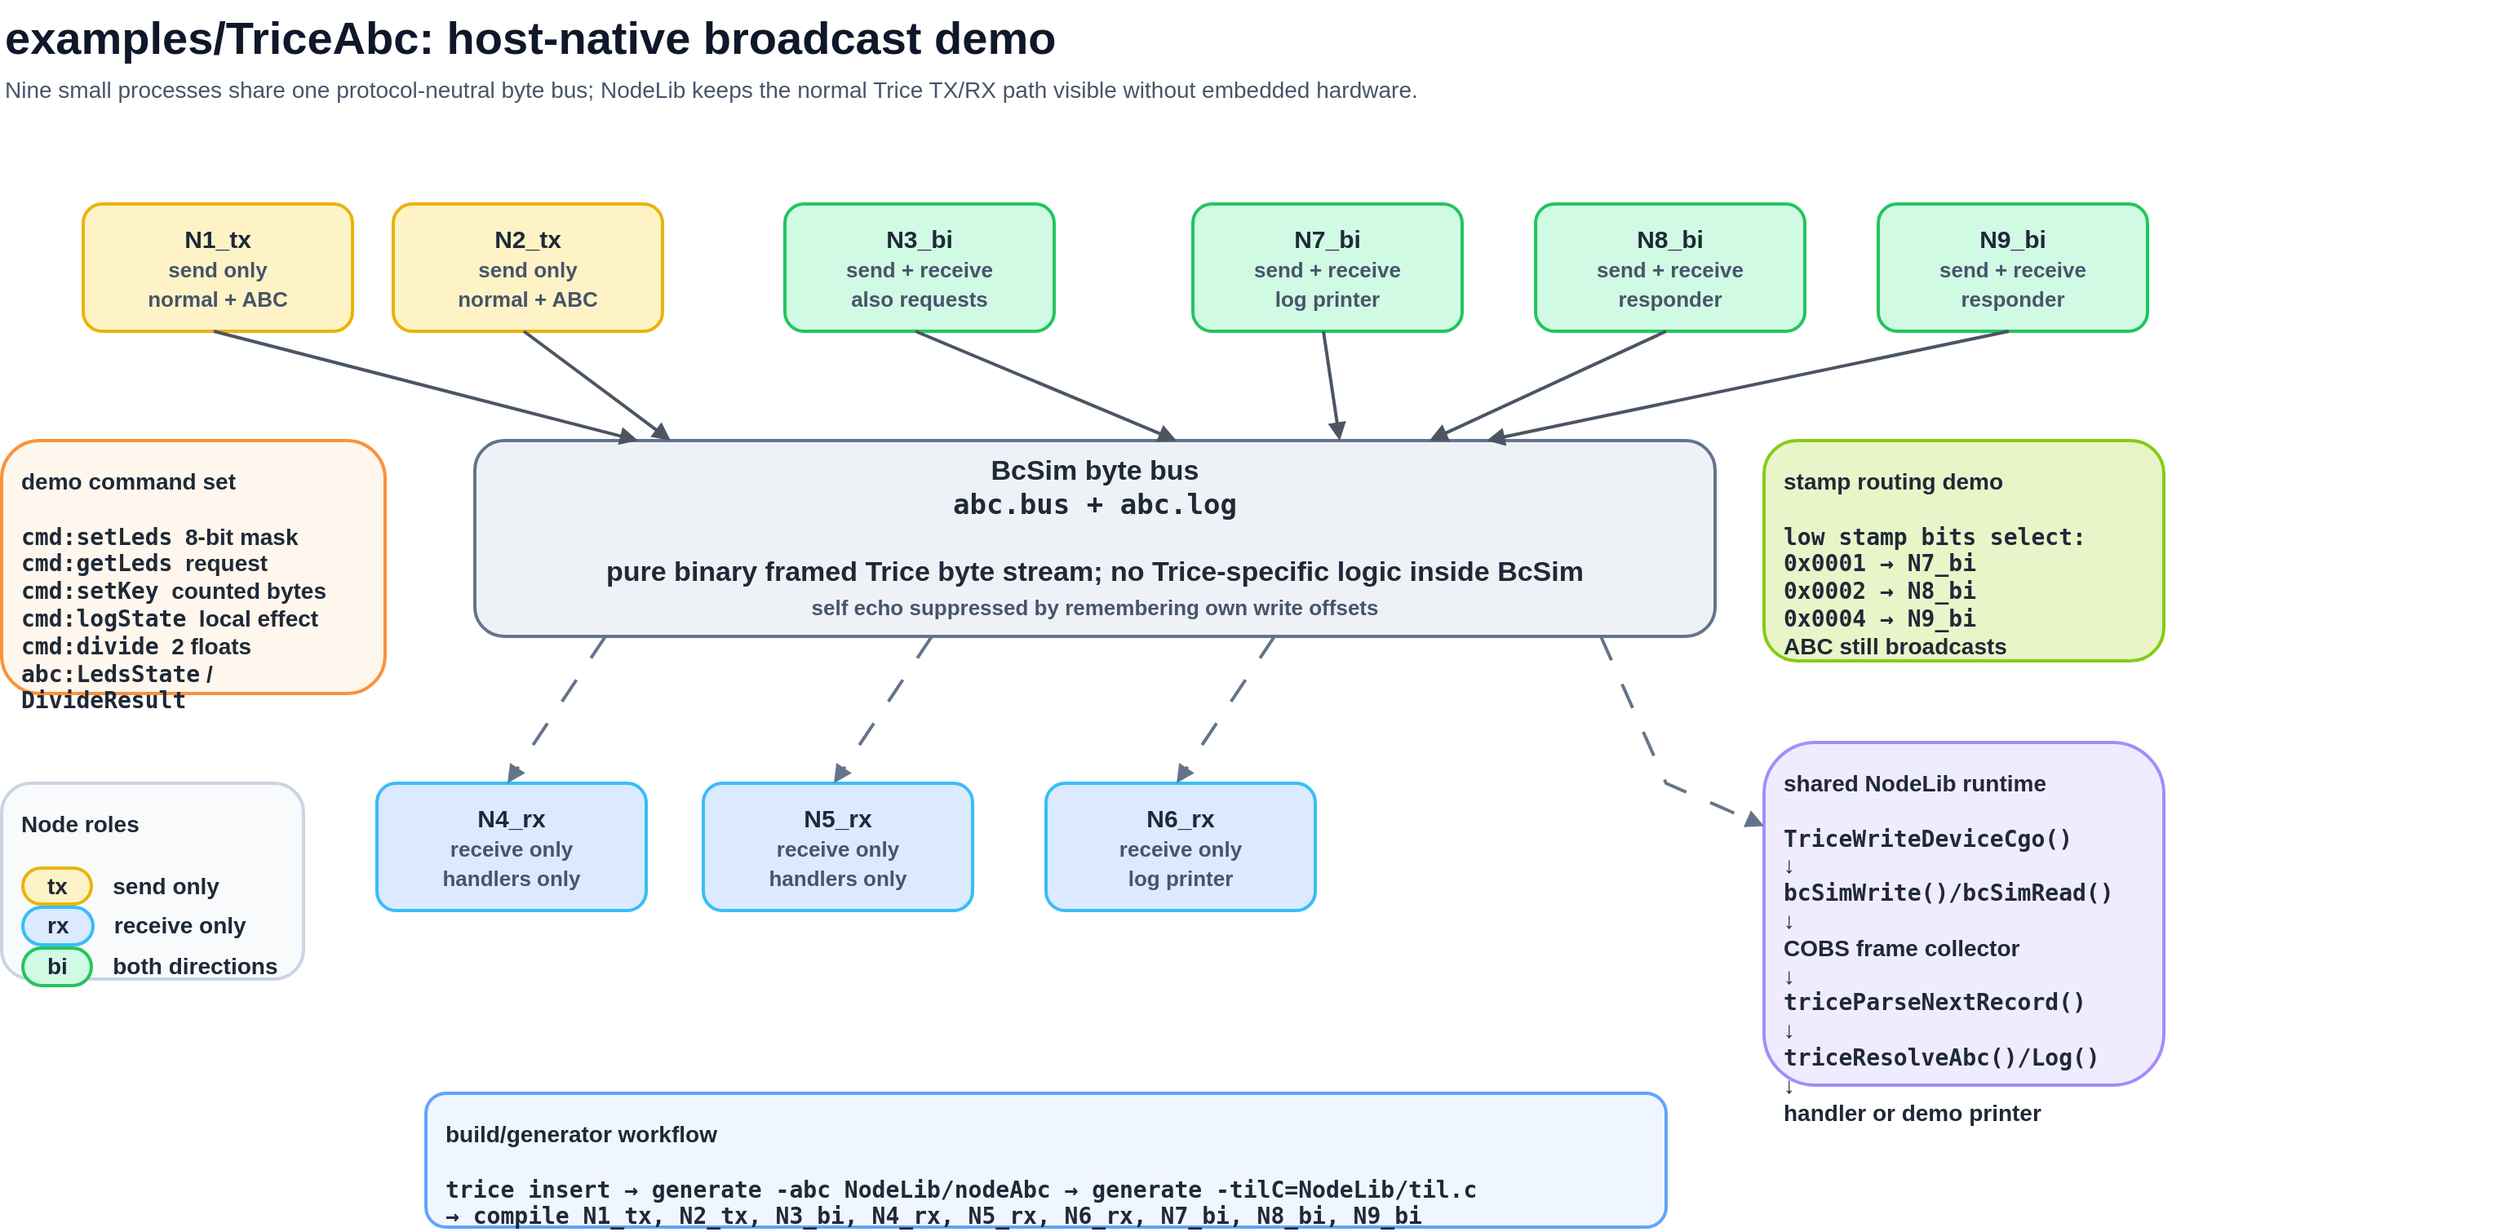
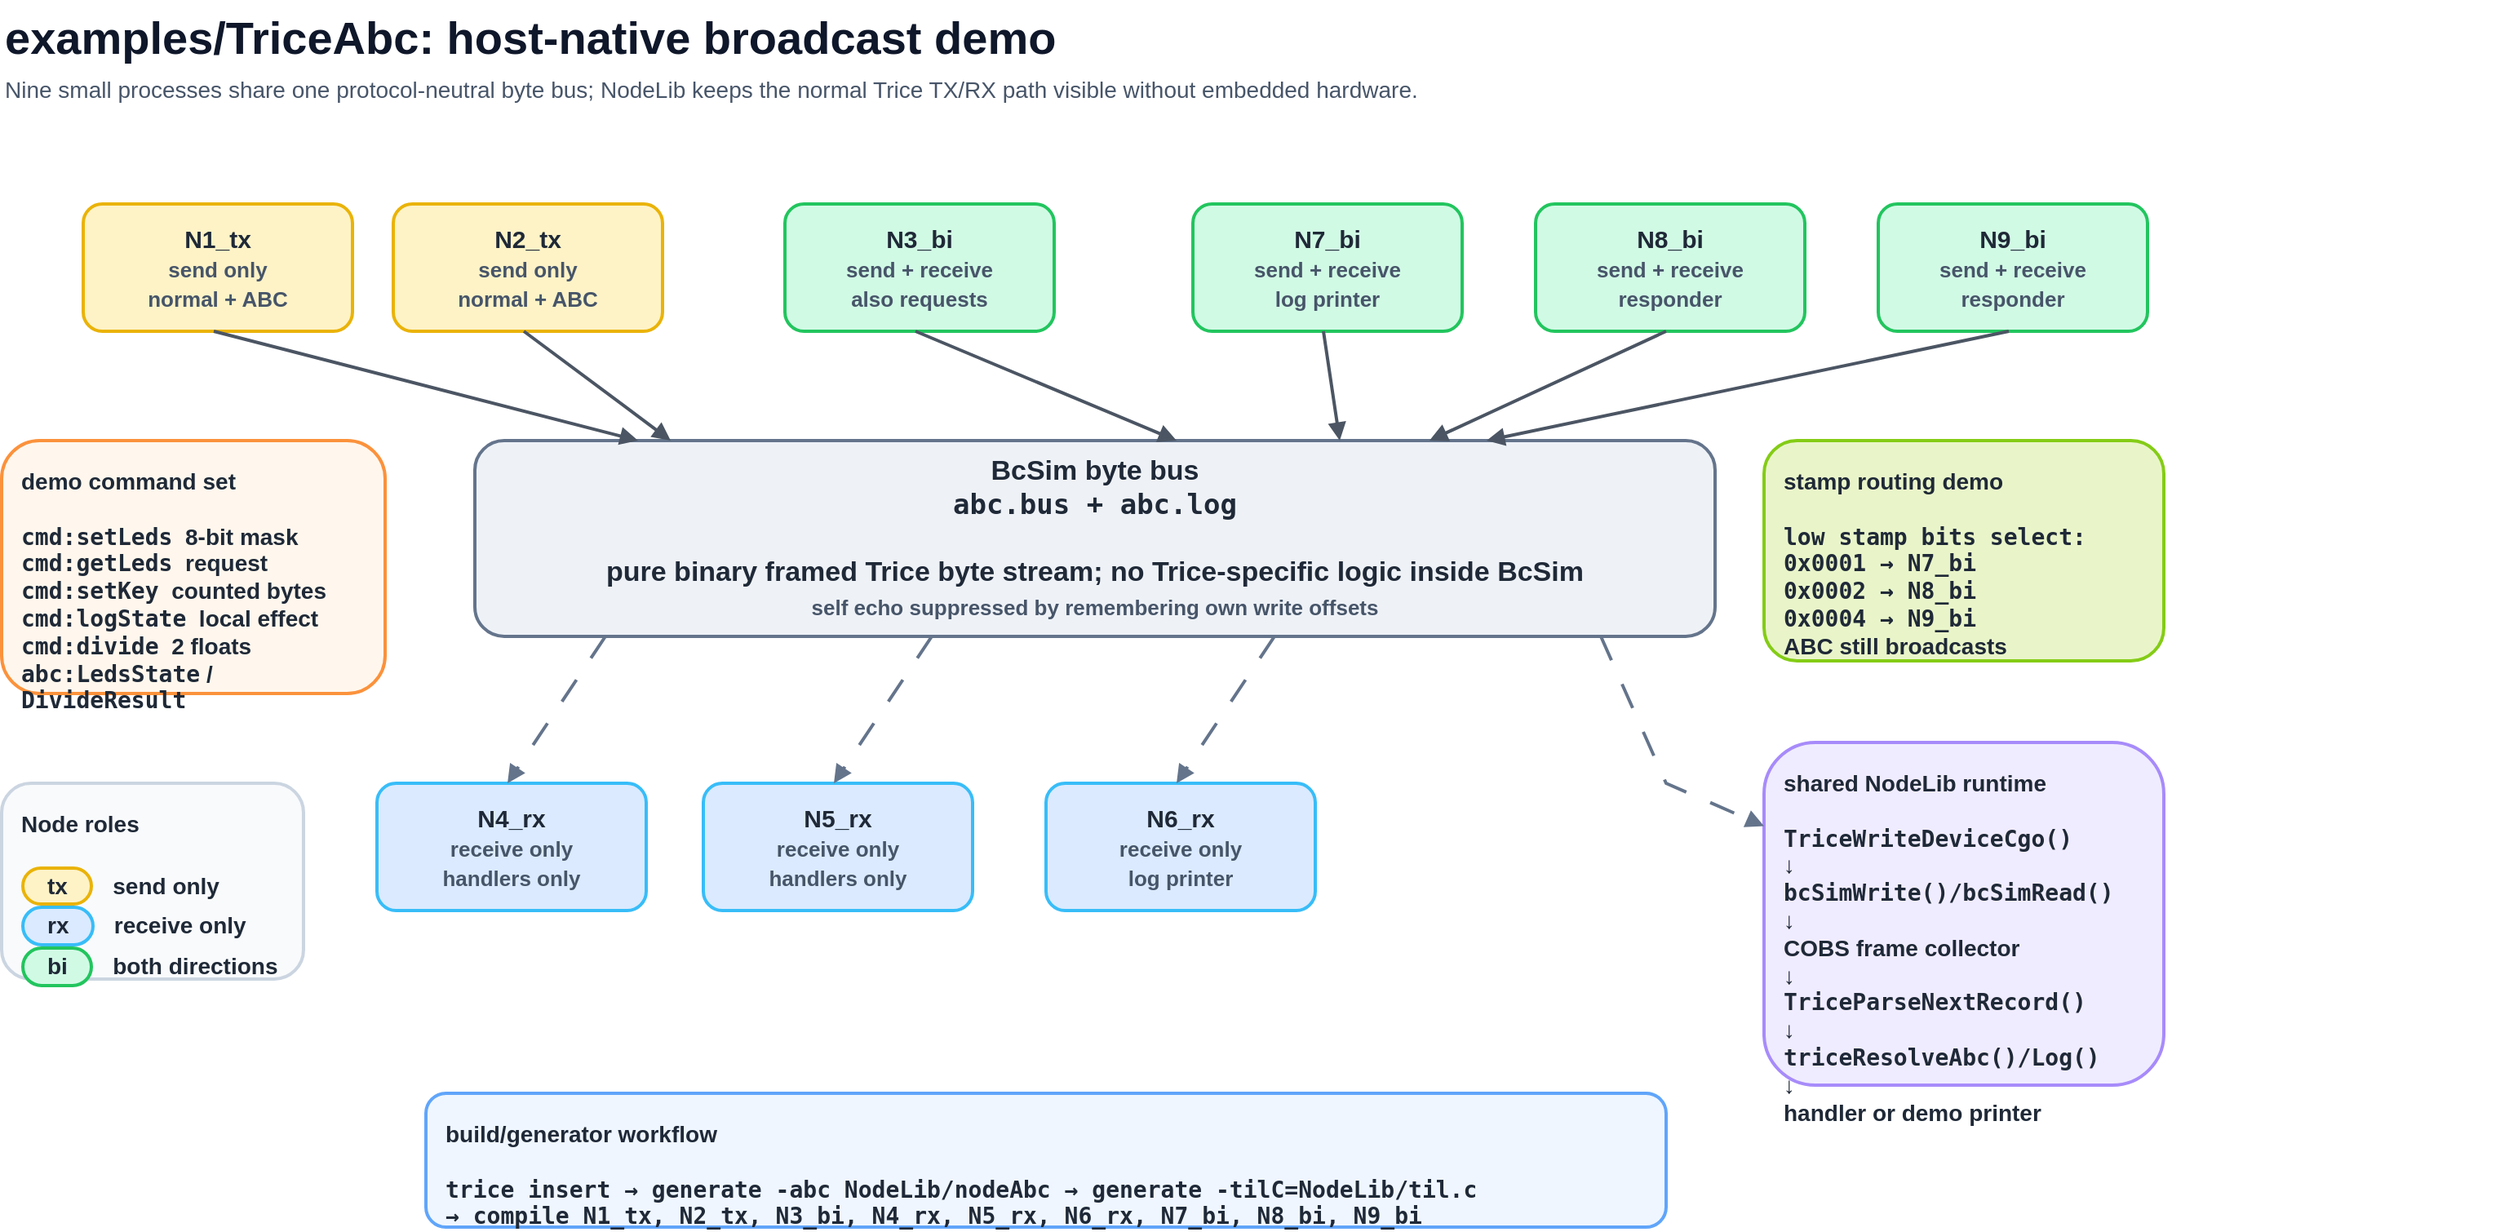
<?xml version="1.0" encoding="UTF-8"?>
<mxfile host="app.diagrams.net" modified="2026-06-26T12:00:00.000Z" agent="OpenAI" version="24.7.17" type="device">
  <diagram id="diagram1" name="TriceAbc host demo bus">
    <mxGraphModel dx="1700" dy="1100" grid="1" gridSize="10" guides="1" tooltips="1" connect="1" arrows="1" fold="1" page="1" pageScale="1" pageWidth="1700" pageHeight="1100" math="0" shadow="0">
      <root>
        <mxCell id="0"/>
        <mxCell id="1" parent="0"/>
        <mxCell id="2" value="examples/TriceAbc: host-native broadcast demo" style="text;html=1;strokeColor=none;fillColor=none;align=left;verticalAlign=top;whiteSpace=wrap;rounded=0;fontSize=28;fontStyle=1;fontColor=#0f172a;" vertex="1" parent="1">
          <mxGeometry x="40" y="20" width="1500" height="40" as="geometry"/>
        </mxCell>
        <mxCell id="3" value="Nine small processes share one protocol-neutral byte bus; NodeLib keeps the normal Trice TX/RX path visible without embedded hardware." style="text;html=1;strokeColor=none;fillColor=none;align=left;verticalAlign=top;whiteSpace=wrap;rounded=0;fontSize=14;fontColor=#475569;" vertex="1" parent="1">
          <mxGeometry x="40" y="60" width="1530" height="28" as="geometry"/>
        </mxCell>
        <mxCell id="4" value="&lt;div style=&quot;text-align:center;&quot;&gt;&lt;b&gt;N1_tx&lt;/b&gt;&lt;br/&gt;&lt;font style=&quot;font-size:13px;color:#475569;&quot;&gt;send only&lt;br/&gt;normal + ABC&lt;/font&gt;&lt;/div&gt;" style="rounded=1;whiteSpace=wrap;html=1;fillColor=#fef3c7;strokeColor=#eab308;strokeWidth=2;fontSize=15;fontColor=#1f2937;fontStyle=1;align=center;verticalAlign=middle;spacing=8;" vertex="1" parent="1">
          <mxGeometry x="90" y="145" width="165" height="78" as="geometry"/>
        </mxCell>
        <mxCell id="5" value="&lt;div style=&quot;text-align:center;&quot;&gt;&lt;b&gt;N2_tx&lt;/b&gt;&lt;br/&gt;&lt;font style=&quot;font-size:13px;color:#475569;&quot;&gt;send only&lt;br/&gt;normal + ABC&lt;/font&gt;&lt;/div&gt;" style="rounded=1;whiteSpace=wrap;html=1;fillColor=#fef3c7;strokeColor=#eab308;strokeWidth=2;fontSize=15;fontColor=#1f2937;fontStyle=1;align=center;verticalAlign=middle;spacing=8;" vertex="1" parent="1">
          <mxGeometry x="280" y="145" width="165" height="78" as="geometry"/>
        </mxCell>
        <mxCell id="6" value="&lt;div style=&quot;text-align:center;&quot;&gt;&lt;b&gt;N3_bi&lt;/b&gt;&lt;br/&gt;&lt;font style=&quot;font-size:13px;color:#475569;&quot;&gt;send + receive&lt;br/&gt;also requests&lt;/font&gt;&lt;/div&gt;" style="rounded=1;whiteSpace=wrap;html=1;fillColor=#d1fae5;strokeColor=#22c55e;strokeWidth=2;fontSize=15;fontColor=#1f2937;fontStyle=1;align=center;verticalAlign=middle;spacing=8;" vertex="1" parent="1">
          <mxGeometry x="520" y="145" width="165" height="78" as="geometry"/>
        </mxCell>
        <mxCell id="7" value="&lt;div style=&quot;text-align:center;&quot;&gt;&lt;b&gt;N7_bi&lt;/b&gt;&lt;br/&gt;&lt;font style=&quot;font-size:13px;color:#475569;&quot;&gt;send + receive&lt;br/&gt;log printer&lt;/font&gt;&lt;/div&gt;" style="rounded=1;whiteSpace=wrap;html=1;fillColor=#d1fae5;strokeColor=#22c55e;strokeWidth=2;fontSize=15;fontColor=#1f2937;fontStyle=1;align=center;verticalAlign=middle;spacing=8;" vertex="1" parent="1">
          <mxGeometry x="770" y="145" width="165" height="78" as="geometry"/>
        </mxCell>
        <mxCell id="8" value="&lt;div style=&quot;text-align:center;&quot;&gt;&lt;b&gt;N8_bi&lt;/b&gt;&lt;br/&gt;&lt;font style=&quot;font-size:13px;color:#475569;&quot;&gt;send + receive&lt;br/&gt;responder&lt;/font&gt;&lt;/div&gt;" style="rounded=1;whiteSpace=wrap;html=1;fillColor=#d1fae5;strokeColor=#22c55e;strokeWidth=2;fontSize=15;fontColor=#1f2937;fontStyle=1;align=center;verticalAlign=middle;spacing=8;" vertex="1" parent="1">
          <mxGeometry x="980" y="145" width="165" height="78" as="geometry"/>
        </mxCell>
        <mxCell id="9" value="&lt;div style=&quot;text-align:center;&quot;&gt;&lt;b&gt;N9_bi&lt;/b&gt;&lt;br/&gt;&lt;font style=&quot;font-size:13px;color:#475569;&quot;&gt;send + receive&lt;br/&gt;responder&lt;/font&gt;&lt;/div&gt;" style="rounded=1;whiteSpace=wrap;html=1;fillColor=#d1fae5;strokeColor=#22c55e;strokeWidth=2;fontSize=15;fontColor=#1f2937;fontStyle=1;align=center;verticalAlign=middle;spacing=8;" vertex="1" parent="1">
          <mxGeometry x="1190" y="145" width="165" height="78" as="geometry"/>
        </mxCell>
        <mxCell id="10" value="&lt;div style=&quot;text-align:center;&quot;&gt;&lt;b&gt;BcSim byte bus&lt;/b&gt;&lt;br/&gt;&lt;font face=&quot;monospace&quot;&gt;abc.bus + abc.log&lt;/font&gt;&lt;br/&gt;&lt;br/&gt;pure binary framed Trice byte stream; no Trice-specific logic inside BcSim&lt;br/&gt;&lt;span style=&quot;font-size:13px;color:#475569;&quot;&gt;self echo suppressed by remembering own write offsets&lt;/span&gt;&lt;/div&gt;" style="rounded=1;whiteSpace=wrap;html=1;fillColor=#eef2f7;strokeColor=#64748b;strokeWidth=2;fontSize=17;fontColor=#1f2937;fontStyle=1;align=center;verticalAlign=middle;spacing=8;" vertex="1" parent="1">
          <mxGeometry x="330" y="290" width="760" height="120" as="geometry"/>
        </mxCell>
        <mxCell id="11" value="&lt;b&gt;demo command set&lt;/b&gt;&lt;br/&gt;&lt;br/&gt;&lt;font face=&quot;monospace&quot;&gt;cmd:setLeds&lt;/font&gt; &amp;nbsp;8-bit mask&lt;br/&gt;&lt;font face=&quot;monospace&quot;&gt;cmd:getLeds&lt;/font&gt; &amp;nbsp;request&lt;br/&gt;&lt;font face=&quot;monospace&quot;&gt;cmd:setKey&lt;/font&gt; &amp;nbsp;counted bytes&lt;br/&gt;&lt;font face=&quot;monospace&quot;&gt;cmd:logState&lt;/font&gt; &amp;nbsp;local effect&lt;br/&gt;&lt;font face=&quot;monospace&quot;&gt;cmd:divide&lt;/font&gt; &amp;nbsp;2 floats&lt;br/&gt;&lt;font face=&quot;monospace&quot;&gt;abc:LedsState&lt;/font&gt; / &lt;font face=&quot;monospace&quot;&gt;DivideResult&lt;/font&gt;" style="rounded=1;whiteSpace=wrap;html=1;fillColor=#fff7ed;strokeColor=#fb923c;strokeWidth=2;fontSize=14;fontColor=#1f2937;fontStyle=1;align=left;verticalAlign=top;spacing=12;" vertex="1" parent="1">
          <mxGeometry x="40" y="290" width="235" height="155" as="geometry"/>
        </mxCell>
        <mxCell id="12" value="&lt;b&gt;stamp routing demo&lt;/b&gt;&lt;br/&gt;&lt;br/&gt;&lt;font face=&quot;monospace&quot;&gt;low stamp bits select:&lt;/font&gt;&lt;br/&gt;&lt;font face=&quot;monospace&quot;&gt;0x0001 → N7_bi&lt;/font&gt;&lt;br/&gt;&lt;font face=&quot;monospace&quot;&gt;0x0002 → N8_bi&lt;/font&gt;&lt;br/&gt;&lt;font face=&quot;monospace&quot;&gt;0x0004 → N9_bi&lt;/font&gt;&lt;br/&gt;ABC still broadcasts" style="rounded=1;whiteSpace=wrap;html=1;fillColor=#e9f5c9;strokeColor=#84cc16;strokeWidth=2;fontSize=14;fontColor=#1f2937;fontStyle=1;align=left;verticalAlign=top;spacing=12;" vertex="1" parent="1">
          <mxGeometry x="1120" y="290" width="245" height="135" as="geometry"/>
        </mxCell>
-         <mxCell id="13" value="&lt;b&gt;shared NodeLib runtime&lt;/b&gt;&lt;br/&gt;&lt;br/&gt;&lt;font face=&quot;monospace&quot;&gt;TriceWriteDeviceCgo()&lt;/font&gt;&lt;br/&gt;↓&lt;br/&gt;&lt;font face=&quot;monospace&quot;&gt;bcSimWrite()/bcSimRead()&lt;/font&gt;&lt;br/&gt;↓&lt;br/&gt;COBS frame collector&lt;br/&gt;↓&lt;br/&gt;&lt;font face=&quot;monospace&quot;&gt;triceParseNextRecord()&lt;/font&gt;&lt;br/&gt;↓&lt;br/&gt;&lt;font face=&quot;monospace&quot;&gt;triceResolveAbc()/Log()&lt;/font&gt;&lt;br/&gt;↓&lt;br/&gt;handler or demo printer" style="rounded=1;whiteSpace=wrap;html=1;fillColor=#f0ecff;strokeColor=#a78bfa;strokeWidth=2;fontSize=14;fontColor=#1f2937;fontStyle=1;align=left;verticalAlign=top;spacing=12;" vertex="1" parent="1">
+         <mxCell id="13" value="&lt;b&gt;shared NodeLib runtime&lt;/b&gt;&lt;br/&gt;&lt;br/&gt;&lt;font face=&quot;monospace&quot;&gt;TriceWriteDeviceCgo()&lt;/font&gt;&lt;br/&gt;↓&lt;br/&gt;&lt;font face=&quot;monospace&quot;&gt;bcSimWrite()/bcSimRead()&lt;/font&gt;&lt;br/&gt;↓&lt;br/&gt;COBS frame collector&lt;br/&gt;↓&lt;br/&gt;&lt;font face=&quot;monospace&quot;&gt;TriceParseNextRecord()&lt;/font&gt;&lt;br/&gt;↓&lt;br/&gt;&lt;font face=&quot;monospace&quot;&gt;triceResolveAbc()/Log()&lt;/font&gt;&lt;br/&gt;↓&lt;br/&gt;handler or demo printer" style="rounded=1;whiteSpace=wrap;html=1;fillColor=#f0ecff;strokeColor=#a78bfa;strokeWidth=2;fontSize=14;fontColor=#1f2937;fontStyle=1;align=left;verticalAlign=top;spacing=12;" vertex="1" parent="1">
          <mxGeometry x="1120" y="475" width="245" height="210" as="geometry"/>
        </mxCell>
        <mxCell id="14" value="&lt;b&gt;Node roles&lt;/b&gt;&lt;br/&gt;&lt;br/&gt;&lt;span style=&quot;display:inline-block;border:2px solid #eab308;border-radius:999px;padding:2px 14px;background:#fef3c7;&quot;&gt;tx&lt;/span&gt; &amp;nbsp; send only&lt;br/&gt;&lt;span style=&quot;display:inline-block;border:2px solid #38bdf8;border-radius:999px;padding:2px 14px;background:#dbeafe;&quot;&gt;rx&lt;/span&gt; &amp;nbsp; receive only&lt;br/&gt;&lt;span style=&quot;display:inline-block;border:2px solid #22c55e;border-radius:999px;padding:2px 14px;background:#d1fae5;&quot;&gt;bi&lt;/span&gt; &amp;nbsp; both directions" style="rounded=1;whiteSpace=wrap;html=1;fillColor=#f8fafc;strokeColor=#cbd5e1;strokeWidth=2;fontSize=14;fontColor=#1f2937;fontStyle=1;align=left;verticalAlign=top;spacing=12;" vertex="1" parent="1">
          <mxGeometry x="40" y="500" width="185" height="120" as="geometry"/>
        </mxCell>
        <mxCell id="15" value="&lt;div style=&quot;text-align:center;&quot;&gt;&lt;b&gt;N4_rx&lt;/b&gt;&lt;br/&gt;&lt;font style=&quot;font-size:13px;color:#475569;&quot;&gt;receive only&lt;br/&gt;handlers only&lt;/font&gt;&lt;/div&gt;" style="rounded=1;whiteSpace=wrap;html=1;fillColor=#dbeafe;strokeColor=#38bdf8;strokeWidth=2;fontSize=15;fontColor=#1f2937;fontStyle=1;align=center;verticalAlign=middle;spacing=8;" vertex="1" parent="1">
          <mxGeometry x="270" y="500" width="165" height="78" as="geometry"/>
        </mxCell>
        <mxCell id="16" value="&lt;div style=&quot;text-align:center;&quot;&gt;&lt;b&gt;N5_rx&lt;/b&gt;&lt;br/&gt;&lt;font style=&quot;font-size:13px;color:#475569;&quot;&gt;receive only&lt;br/&gt;handlers only&lt;/font&gt;&lt;/div&gt;" style="rounded=1;whiteSpace=wrap;html=1;fillColor=#dbeafe;strokeColor=#38bdf8;strokeWidth=2;fontSize=15;fontColor=#1f2937;fontStyle=1;align=center;verticalAlign=middle;spacing=8;" vertex="1" parent="1">
          <mxGeometry x="470" y="500" width="165" height="78" as="geometry"/>
        </mxCell>
        <mxCell id="17" value="&lt;div style=&quot;text-align:center;&quot;&gt;&lt;b&gt;N6_rx&lt;/b&gt;&lt;br/&gt;&lt;font style=&quot;font-size:13px;color:#475569;&quot;&gt;receive only&lt;br/&gt;log printer&lt;/font&gt;&lt;/div&gt;" style="rounded=1;whiteSpace=wrap;html=1;fillColor=#dbeafe;strokeColor=#38bdf8;strokeWidth=2;fontSize=15;fontColor=#1f2937;fontStyle=1;align=center;verticalAlign=middle;spacing=8;" vertex="1" parent="1">
          <mxGeometry x="680" y="500" width="165" height="78" as="geometry"/>
        </mxCell>
        <mxCell id="18" value="&lt;b&gt;build/generator workflow&lt;/b&gt;&lt;br/&gt;&lt;br/&gt;&lt;font face=&quot;monospace&quot;&gt;trice insert → generate -abc NodeLib/nodeAbc → generate -tilC=NodeLib/til.c&lt;/font&gt;&lt;br/&gt;&lt;font face=&quot;monospace&quot;&gt;→ compile N1_tx, N2_tx, N3_bi, N4_rx, N5_rx, N6_rx, N7_bi, N8_bi, N9_bi&lt;/font&gt;" style="rounded=1;whiteSpace=wrap;html=1;fillColor=#eff6ff;strokeColor=#60a5fa;strokeWidth=2;fontSize=14;fontColor=#1f2937;fontStyle=1;align=left;verticalAlign=top;spacing=12;" vertex="1" parent="1">
          <mxGeometry x="300" y="690" width="760" height="82" as="geometry"/>
        </mxCell>
        <mxCell id="19" value="" style="endArrow=block;endFill=1;strokeColor=#4b5563;strokeWidth=2;rounded=0;html=1;jettySize=auto;orthogonalLoop=1;" edge="1" parent="1" source="4" target="10">
          <mxGeometry relative="1" as="geometry">
            <Array as="points">
              <mxPoint x="170" y="223"/>
              <mxPoint x="430" y="290"/>
            </Array>
          </mxGeometry>
        </mxCell>
        <mxCell id="20" value="" style="endArrow=block;endFill=1;strokeColor=#4b5563;strokeWidth=2;rounded=0;html=1;jettySize=auto;orthogonalLoop=1;" edge="1" parent="1" source="5" target="10">
          <mxGeometry relative="1" as="geometry">
            <Array as="points">
              <mxPoint x="360" y="223"/>
              <mxPoint x="450" y="290"/>
            </Array>
          </mxGeometry>
        </mxCell>
        <mxCell id="21" value="" style="endArrow=block;endFill=1;strokeColor=#4b5563;strokeWidth=2;rounded=0;html=1;jettySize=auto;orthogonalLoop=1;" edge="1" parent="1" source="6" target="10">
          <mxGeometry relative="1" as="geometry">
            <Array as="points">
              <mxPoint x="600" y="223"/>
              <mxPoint x="760" y="290"/>
            </Array>
          </mxGeometry>
        </mxCell>
        <mxCell id="22" value="" style="endArrow=block;endFill=1;strokeColor=#4b5563;strokeWidth=2;rounded=0;html=1;jettySize=auto;orthogonalLoop=1;" edge="1" parent="1" source="7" target="10">
          <mxGeometry relative="1" as="geometry">
            <Array as="points">
              <mxPoint x="850" y="223"/>
              <mxPoint x="860" y="290"/>
            </Array>
          </mxGeometry>
        </mxCell>
        <mxCell id="23" value="" style="endArrow=block;endFill=1;strokeColor=#4b5563;strokeWidth=2;rounded=0;html=1;jettySize=auto;orthogonalLoop=1;" edge="1" parent="1" source="8" target="10">
          <mxGeometry relative="1" as="geometry">
            <Array as="points">
              <mxPoint x="1060" y="223"/>
              <mxPoint x="915" y="290"/>
            </Array>
          </mxGeometry>
        </mxCell>
        <mxCell id="24" value="" style="endArrow=block;endFill=1;strokeColor=#4b5563;strokeWidth=2;rounded=0;html=1;jettySize=auto;orthogonalLoop=1;" edge="1" parent="1" source="9" target="10">
          <mxGeometry relative="1" as="geometry">
            <Array as="points">
              <mxPoint x="1270" y="223"/>
              <mxPoint x="950" y="290"/>
            </Array>
          </mxGeometry>
        </mxCell>
        <mxCell id="25" value="" style="endArrow=block;endFill=1;strokeColor=#64748b;strokeWidth=2;rounded=0;html=1;dashed=1;dashPattern=8 8;jettySize=auto;orthogonalLoop=1;" edge="1" parent="1" source="10" target="15">
          <mxGeometry relative="1" as="geometry">
            <Array as="points">
              <mxPoint x="410" y="410"/>
              <mxPoint x="350" y="500"/>
            </Array>
          </mxGeometry>
        </mxCell>
        <mxCell id="26" value="" style="endArrow=block;endFill=1;strokeColor=#64748b;strokeWidth=2;rounded=0;html=1;dashed=1;dashPattern=8 8;jettySize=auto;orthogonalLoop=1;" edge="1" parent="1" source="10" target="16">
          <mxGeometry relative="1" as="geometry">
            <Array as="points">
              <mxPoint x="610" y="410"/>
              <mxPoint x="550" y="500"/>
            </Array>
          </mxGeometry>
        </mxCell>
        <mxCell id="27" value="" style="endArrow=block;endFill=1;strokeColor=#64748b;strokeWidth=2;rounded=0;html=1;dashed=1;dashPattern=8 8;jettySize=auto;orthogonalLoop=1;" edge="1" parent="1" source="10" target="17">
          <mxGeometry relative="1" as="geometry">
            <Array as="points">
              <mxPoint x="820" y="410"/>
              <mxPoint x="760" y="500"/>
            </Array>
          </mxGeometry>
        </mxCell>
        <mxCell id="28" value="" style="endArrow=block;endFill=1;strokeColor=#64748b;strokeWidth=2;rounded=0;html=1;dashed=1;dashPattern=8 8;jettySize=auto;orthogonalLoop=1;" edge="1" parent="1" source="10" target="13">
          <mxGeometry relative="1" as="geometry">
            <Array as="points">
              <mxPoint x="1020" y="410"/>
              <mxPoint x="1060" y="500"/>
            </Array>
          </mxGeometry>
        </mxCell>
      </root>
    </mxGraphModel>
  </diagram>
</mxfile>
